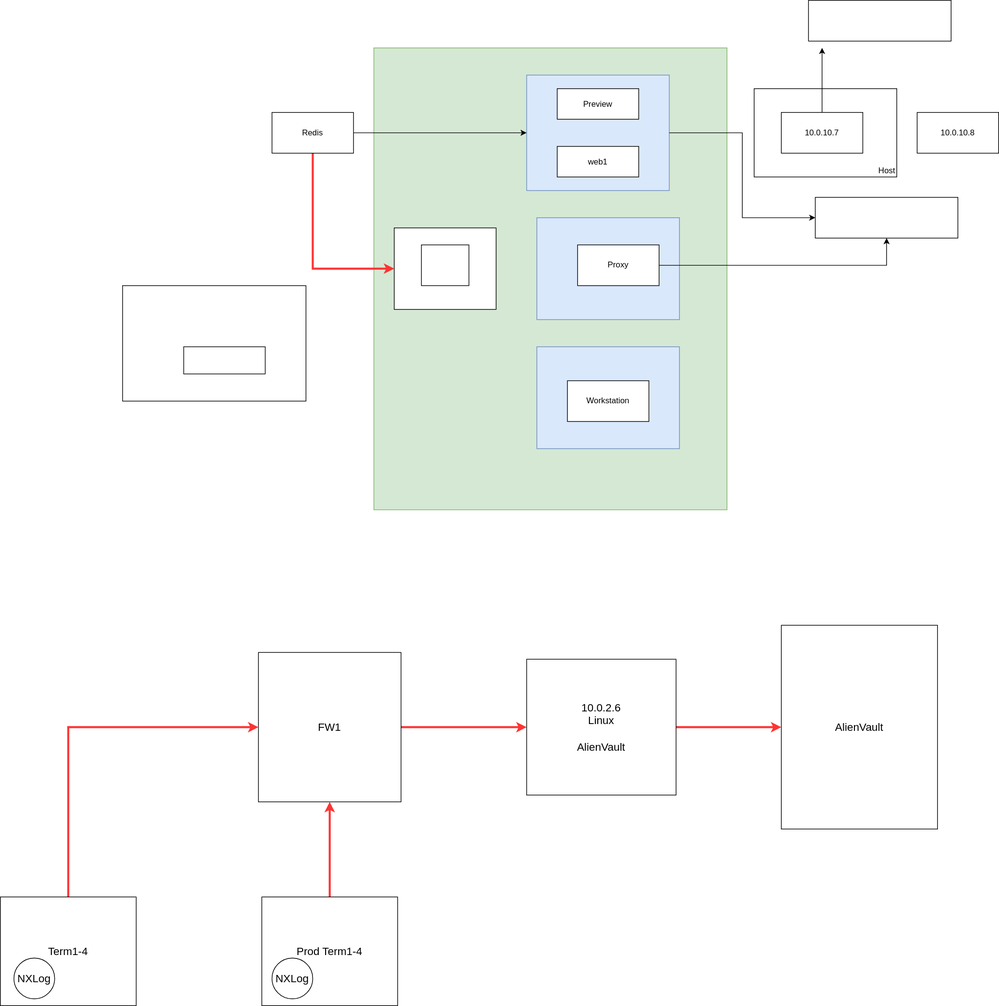
Above: fwissue.svg in vjavle/invoicecloud (draw.io), before the change. Source tidied: cells renumbered, new cells last; positions are measured from the earlier drawing's top-left corner, leaving out a move shared by most shapes. The source it was exported from:
```xml
<mxGraphModel>
  <root>
    <mxCell id="0" />
    <mxCell id="1" parent="0" />
    <mxCell id="2" value="Host" style="rounded=0;whiteSpace=wrap;html=1;verticalAlign=bottom;align=right;" parent="1" vertex="1">
      <mxGeometry x="1110" y="130" width="210" height="130" as="geometry" />
    </mxCell>
    <mxCell id="3" style="rounded=0;whiteSpace=wrap;html=1;fillColor=#d5e8d4;strokeColor=#82b366;" parent="1" vertex="1">
      <mxGeometry x="550" y="70" width="520" height="680" as="geometry" />
    </mxCell>
    <mxCell id="4" style="rounded=0;whiteSpace=wrap;html=1;fillColor=#dae8fc;strokeColor=#6c8ebf;" parent="1" vertex="1">
      <mxGeometry x="775" y="110" width="210" height="170" as="geometry" />
    </mxCell>
    <mxCell id="5" style="rounded=0;whiteSpace=wrap;html=1;fillColor=#dae8fc;strokeColor=#6c8ebf;" parent="1" vertex="1">
      <mxGeometry x="790" y="320" width="210" height="150" as="geometry" />
    </mxCell>
    <mxCell id="6" style="edgeStyle=orthogonalEdgeStyle;rounded=0;jettySize=auto;html=1;exitX=1;exitY=0.5;exitDx=0;exitDy=0;entryX=0;entryY=0.5;entryDx=0;entryDy=0;" parent="1" edge="1" source="4" target="23">
      <mxGeometry relative="1" as="geometry" />
    </mxCell>
    <mxCell id="7" value="web1" style="rounded=0;whiteSpace=wrap;html=1;" parent="1" vertex="1">
      <mxGeometry x="820" y="215" width="120" height="45" as="geometry" />
    </mxCell>
    <mxCell id="8" style="edgeStyle=orthogonalEdgeStyle;rounded=0;jettySize=auto;html=1;" parent="1" edge="1" source="9">
      <mxGeometry relative="1" as="geometry">
        <mxPoint x="1210" y="70" as="targetPoint" />
      </mxGeometry>
    </mxCell>
    <mxCell id="9" value="10.0.10.7" style="rounded=0;whiteSpace=wrap;html=1;" parent="1" vertex="1">
      <mxGeometry x="1150" y="165" width="120" height="60" as="geometry" />
    </mxCell>
    <mxCell id="10" style="edgeStyle=orthogonalEdgeStyle;rounded=0;jettySize=auto;html=1;entryX=0;entryY=0.5;entryDx=0;entryDy=0;" parent="1" edge="1" source="12" target="4">
      <mxGeometry relative="1" as="geometry" />
    </mxCell>
    <mxCell id="11" style="edgeStyle=orthogonalEdgeStyle;rounded=0;jettySize=auto;html=1;entryX=0;entryY=0.5;entryDx=0;entryDy=0;strokeColor=#FF3333;strokeWidth=3;" parent="1" edge="1" source="12" target="18">
      <mxGeometry relative="1" as="geometry">
        <Array as="points">
          <mxPoint x="460" y="395" />
        </Array>
      </mxGeometry>
    </mxCell>
    <mxCell id="12" value="Redis" style="rounded=0;whiteSpace=wrap;html=1;" parent="1" vertex="1">
      <mxGeometry x="400" y="165" width="120" height="60" as="geometry" />
    </mxCell>
    <mxCell id="13" style="edgeStyle=orthogonalEdgeStyle;rounded=0;jettySize=auto;html=1;entryX=0.5;entryY=1;entryDx=0;entryDy=0;" parent="1" edge="1" source="14" target="23">
      <mxGeometry relative="1" as="geometry" />
    </mxCell>
    <mxCell id="14" value="Proxy" style="rounded=0;whiteSpace=wrap;html=1;" parent="1" vertex="1">
      <mxGeometry x="850" y="360" width="120" height="60" as="geometry" />
    </mxCell>
    <mxCell id="15" value="Preview" style="rounded=0;whiteSpace=wrap;html=1;" parent="1" vertex="1">
      <mxGeometry x="820" y="130" width="120" height="45" as="geometry" />
    </mxCell>
    <mxCell id="16" style="rounded=0;whiteSpace=wrap;html=1;fillColor=#dae8fc;strokeColor=#6c8ebf;" parent="1" vertex="1">
      <mxGeometry x="790" y="510" width="210" height="150" as="geometry" />
    </mxCell>
    <mxCell id="17" value="Workstation" style="rounded=0;whiteSpace=wrap;html=1;" parent="1" vertex="1">
      <mxGeometry x="835" y="560" width="120" height="60" as="geometry" />
    </mxCell>
    <mxCell id="18" style="rounded=0;whiteSpace=wrap;html=1;" parent="1" vertex="1">
      <mxGeometry x="580" y="335" width="150" height="120" as="geometry" />
    </mxCell>
    <mxCell id="19" style="rounded=0;whiteSpace=wrap;html=1;" parent="1" vertex="1">
      <mxGeometry x="620" y="360" width="70" height="60" as="geometry" />
    </mxCell>
    <mxCell id="20" value="10.0.10.8" style="rounded=0;whiteSpace=wrap;html=1;" parent="1" vertex="1">
      <mxGeometry x="1350" y="165" width="120" height="60" as="geometry" />
    </mxCell>
    <mxCell id="21" style="rounded=0;whiteSpace=wrap;html=1;" parent="1" vertex="1">
      <mxGeometry x="180" y="420" width="270" height="170" as="geometry" />
    </mxCell>
    <mxCell id="22" style="rounded=0;whiteSpace=wrap;html=1;" parent="1" vertex="1">
      <mxGeometry x="270" y="510" width="120" height="40" as="geometry" />
    </mxCell>
    <mxCell id="23" style="rounded=0;whiteSpace=wrap;html=1;" parent="1" vertex="1">
      <mxGeometry x="1200" y="290" width="210" height="60" as="geometry" />
    </mxCell>
    <mxCell id="24" style="rounded=0;whiteSpace=wrap;html=1;" parent="1" vertex="1">
      <mxGeometry x="1190" width="210" height="60" as="geometry" />
    </mxCell>
    <mxCell id="25" style="edgeStyle=orthogonalEdgeStyle;rounded=0;jettySize=auto;html=1;strokeColor=#FF3333;strokeWidth=3;fontSize=16;" parent="1" edge="1" source="26" target="28">
      <mxGeometry relative="1" as="geometry" />
    </mxCell>
    <mxCell id="26" value="FW1" style="rounded=0;whiteSpace=wrap;html=1;fontSize=16;" parent="1" vertex="1">
      <mxGeometry x="380" y="960" width="210" height="220" as="geometry" />
    </mxCell>
    <mxCell id="27" style="edgeStyle=orthogonalEdgeStyle;rounded=0;jettySize=auto;html=1;strokeColor=#FF3333;strokeWidth=3;fontSize=16;" parent="1" edge="1" source="28" target="29">
      <mxGeometry relative="1" as="geometry" />
    </mxCell>
    <mxCell id="28" value="10.0.2.6&lt;br style=&quot;font-size: 16px;&quot;&gt;Linux&lt;br style=&quot;font-size: 16px;&quot;&gt;&lt;br style=&quot;font-size: 16px;&quot;&gt;AlienVault" style="rounded=0;whiteSpace=wrap;html=1;fontSize=16;" parent="1" vertex="1">
      <mxGeometry x="775" y="970" width="220" height="200" as="geometry" />
    </mxCell>
    <mxCell id="29" value="AlienVault" style="rounded=0;whiteSpace=wrap;html=1;fontSize=16;" parent="1" vertex="1">
      <mxGeometry x="1150" y="920" width="230" height="300" as="geometry" />
    </mxCell>
    <mxCell id="30" style="edgeStyle=orthogonalEdgeStyle;rounded=0;jettySize=auto;html=1;strokeColor=#FF3333;strokeWidth=3;fontSize=16;" parent="1" edge="1" source="31" target="26">
      <mxGeometry relative="1" as="geometry" />
    </mxCell>
    <mxCell id="31" value="Prod Term1-4" style="rounded=0;whiteSpace=wrap;html=1;fontSize=16;" parent="1" vertex="1">
      <mxGeometry x="385" y="1320" width="200" height="160" as="geometry" />
    </mxCell>
    <mxCell id="32" style="edgeStyle=orthogonalEdgeStyle;rounded=0;jettySize=auto;html=1;entryX=0;entryY=0.5;entryDx=0;entryDy=0;strokeColor=#FF3333;strokeWidth=3;exitX=0.5;exitY=0;exitDx=0;exitDy=0;fontSize=16;" parent="1" edge="1" source="33" target="26">
      <mxGeometry relative="1" as="geometry" />
    </mxCell>
    <mxCell id="33" value="Term1-4" style="rounded=0;whiteSpace=wrap;html=1;fontSize=16;" parent="1" vertex="1">
      <mxGeometry y="1320" width="200" height="160" as="geometry" />
    </mxCell>
    <mxCell id="34" value="NXLog" style="ellipse;whiteSpace=wrap;html=1;fontSize=16;" parent="1" vertex="1">
      <mxGeometry x="20" y="1410" width="60" height="60" as="geometry" />
    </mxCell>
    <mxCell id="35" value="NXLog" style="ellipse;whiteSpace=wrap;html=1;fontSize=16;" parent="1" vertex="1">
      <mxGeometry x="400" y="1410" width="60" height="60" as="geometry" />
    </mxCell>
  </root>
</mxGraphModel>
```
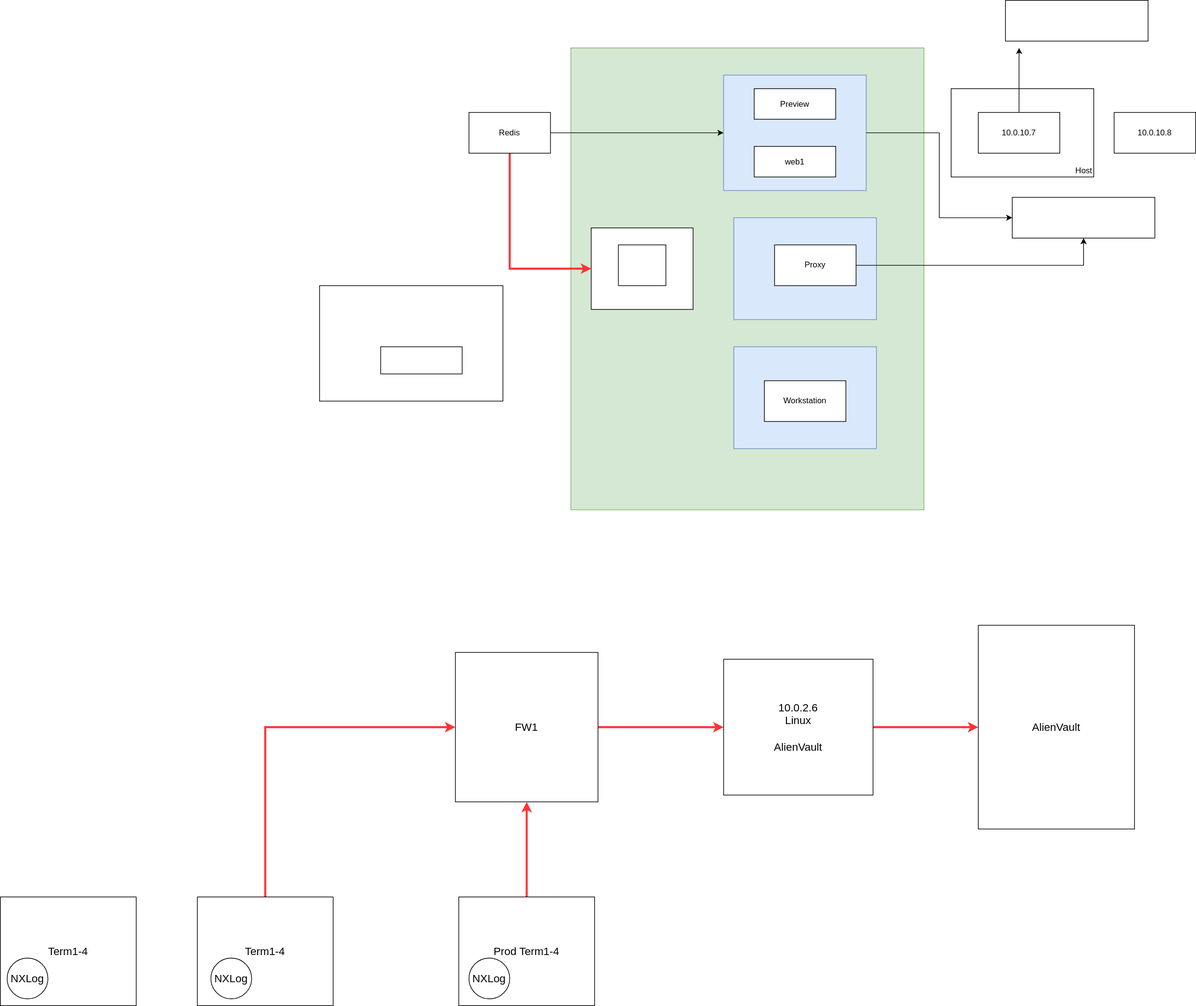
Above is the later version.

Change to the diagram source:
```diff
@@ -110,5 +110,11 @@
     <mxCell id="35" value="NXLog" style="ellipse;whiteSpace=wrap;html=1;fontSize=16;" parent="1" vertex="1">
       <mxGeometry x="400" y="1410" width="60" height="60" as="geometry" />
     </mxCell>
+    <mxCell id="36" value="Term1-4" style="rounded=0;whiteSpace=wrap;html=1;fontSize=16;" parent="1" vertex="1">
+      <mxGeometry x="-290" y="1320" width="200" height="160" as="geometry" />
+    </mxCell>
+    <mxCell id="37" value="NXLog" style="ellipse;whiteSpace=wrap;html=1;fontSize=16;" parent="1" vertex="1">
+      <mxGeometry x="-280" y="1410" width="60" height="60" as="geometry" />
+    </mxCell>
   </root>
 </mxGraphModel>
```
